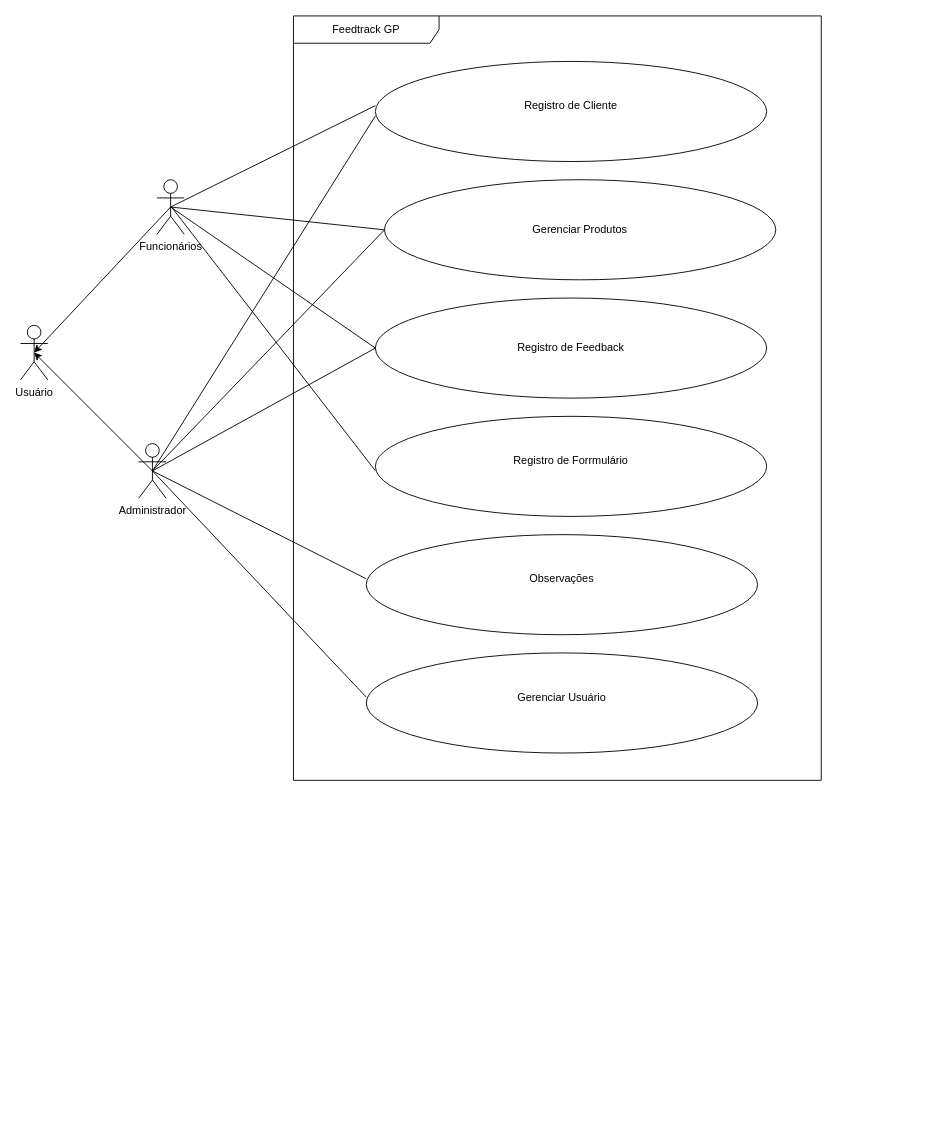
The draw.io diagram page "Visão-Geral-Domínio" (1 of 7) of requirements/feedtrack-caso-uso.drawio in equipe-feedtrack/feedtrack-server, before the edit. Source tidied: cells renumbered, new cells numbered last; positions are measured from the earlier drawing's top-left corner, leaving out a move shared by most shapes. Both pictures are drawn from the tidied source at 91%, with x=0, y=0 at pixel (20, 15).
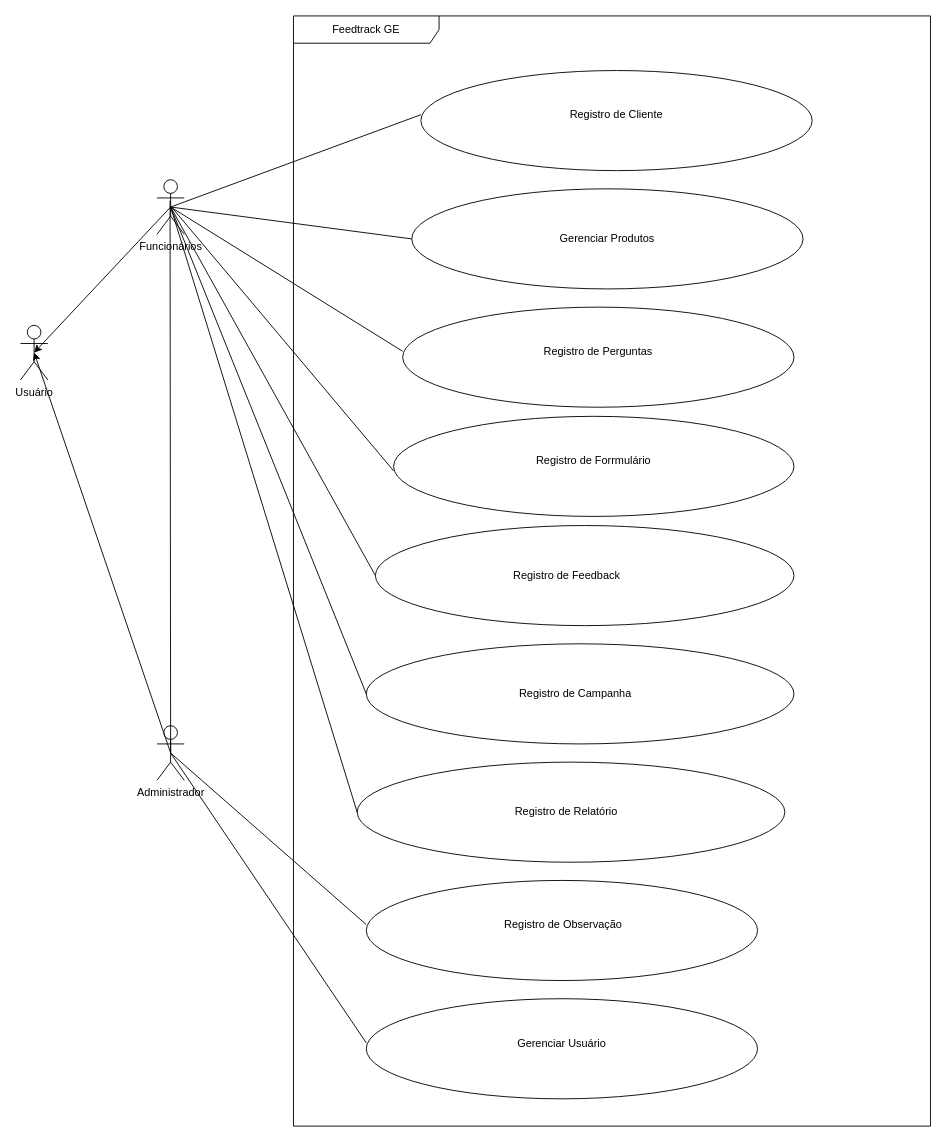
Above is the later version.

Unchanged cells that the change refers to:
```xml
<mxCell id="4" value="Gerenciar Produtos" style="html=1;strokeColor=none;fillColor=none;align=center;verticalAlign=middle;whiteSpace=wrap;" parent="3" vertex="1">
  <mxGeometry y="32.4" width="430" height="45.3" as="geometry" />
</mxCell>
<mxCell id="6" value="Registro de Cliente" style="html=1;strokeColor=none;fillColor=none;align=center;verticalAlign=middle;whiteSpace=wrap;" parent="5" vertex="1">
  <mxGeometry y="25.9" width="430" height="45.3" as="geometry" />
</mxCell>
<mxCell id="16" value="&lt;div&gt;Funcionários&lt;/div&gt;" style="shape=umlActor;verticalLabelPosition=bottom;verticalAlign=top;html=1;" parent="1" vertex="1">
  <mxGeometry x="150" y="180" width="30" height="60" as="geometry" />
</mxCell>
```

The edit, as a diff of the source:
```diff
@@
-    <mxCell id="2" value="Feedtrack GP" style="shape=umlFrame;whiteSpace=wrap;html=1;width=160;" parent="1" vertex="1">
-      <mxGeometry x="300" width="580" height="840" as="geometry" />
+    <mxCell id="2" value="Feedtrack GE" style="shape=umlFrame;whiteSpace=wrap;html=1;width=160;" parent="1" vertex="1">
+      <mxGeometry x="300" width="700" height="1220" as="geometry" />
     </mxCell>
     <mxCell id="3" style="shape=ellipse;horizontal=1;html=1;dashed=0;" parent="2" vertex="1">
-      <mxGeometry x="100" y="180" width="430" height="110" as="geometry" />
+      <mxGeometry x="130" y="190" width="430" height="110" as="geometry" />
     </mxCell>
@@
     <mxCell id="5" style="shape=ellipse;horizontal=1;html=1;dashed=0;" parent="2" vertex="1">
-      <mxGeometry x="90" y="50" width="430" height="110" as="geometry" />
+      <mxGeometry x="140" y="60" width="430" height="110" as="geometry" />
     </mxCell>
@@
     <mxCell id="7" style="shape=ellipse;horizontal=1;html=1;dashed=0;" parent="2" vertex="1">
-      <mxGeometry x="90" y="310" width="430" height="110" as="geometry" />
+      <mxGeometry x="90" y="560" width="460" height="110" as="geometry" />
     </mxCell>
     <mxCell id="8" value="Registro de Feedback" style="html=1;strokeColor=none;fillColor=none;align=center;verticalAlign=middle;whiteSpace=wrap;" parent="7" vertex="1">
-      <mxGeometry x="10" y="32.4" width="410" height="45.3" as="geometry" />
+      <mxGeometry x="9.8" y="32.4" width="401.3" height="45.3" as="geometry" />
     </mxCell>
-    <mxCell id="9" style="shape=ellipse;horizontal=1;html=1;dashed=0;" parent="2" vertex="1">
-      <mxGeometry x="90" y="440" width="430" height="110" as="geometry" />
-    </mxCell>
-    <mxCell id="10" value="Registro de Forrmulário" style="html=1;strokeColor=none;fillColor=none;align=center;verticalAlign=middle;whiteSpace=wrap;" parent="9" vertex="1">
-      <mxGeometry y="25.9" width="430" height="45.3" as="geometry" />
-    </mxCell>
     <mxCell id="11" style="shape=ellipse;horizontal=1;html=1;dashed=0;" parent="2" vertex="1">
-      <mxGeometry x="80" y="570" width="430" height="110" as="geometry" />
+      <mxGeometry x="80" y="950" width="430" height="110" as="geometry" />
     </mxCell>
-    <mxCell id="12" value="Observações" style="html=1;strokeColor=none;fillColor=none;align=center;verticalAlign=middle;whiteSpace=wrap;" parent="11" vertex="1">
+    <mxCell id="12" value="&amp;nbsp;Registro de Observação" style="html=1;strokeColor=none;fillColor=none;align=center;verticalAlign=middle;whiteSpace=wrap;" parent="11" vertex="1">
       <mxGeometry y="25.9" width="430" height="45.3" as="geometry" />
     </mxCell>
     <mxCell id="13" style="shape=ellipse;horizontal=1;html=1;dashed=0;" parent="2" vertex="1">
-      <mxGeometry x="80" y="700" width="430" height="110" as="geometry" />
+      <mxGeometry x="80" y="1080" width="430" height="110" as="geometry" />
     </mxCell>
@@
+    <mxCell id="9" style="shape=ellipse;horizontal=1;html=1;dashed=0;" parent="2" vertex="1">
+      <mxGeometry x="110" y="440" width="440" height="110" as="geometry" />
+    </mxCell>
+    <mxCell id="10" value="Registro de Forrmulário" style="html=1;strokeColor=none;fillColor=none;align=center;verticalAlign=middle;whiteSpace=wrap;" parent="9" vertex="1">
+      <mxGeometry y="25.9" width="440" height="45.3" as="geometry" />
+    </mxCell>
+    <mxCell id="29" style="shape=ellipse;horizontal=1;html=1;dashed=0;" parent="2" vertex="1">
+      <mxGeometry x="80" y="690" width="470" height="110" as="geometry" />
+    </mxCell>
+    <mxCell id="30" value="Registro de Campanha" style="html=1;strokeColor=none;fillColor=none;align=center;verticalAlign=middle;whiteSpace=wrap;" parent="29" vertex="1">
+      <mxGeometry y="31.2" width="460" height="47.6" as="geometry" />
+    </mxCell>
+    <mxCell id="31" style="shape=ellipse;horizontal=1;html=1;dashed=0;" parent="2" vertex="1">
+      <mxGeometry x="70" y="820" width="470" height="110" as="geometry" />
+    </mxCell>
+    <mxCell id="32" value="Registro de Relatório" style="html=1;strokeColor=none;fillColor=none;align=center;verticalAlign=middle;whiteSpace=wrap;" parent="31" vertex="1">
+      <mxGeometry y="31.2" width="460" height="47.6" as="geometry" />
+    </mxCell>
+    <mxCell id="33" style="shape=ellipse;horizontal=1;html=1;dashed=0;" parent="2" vertex="1">
+      <mxGeometry x="120" y="320" width="430" height="110" as="geometry" />
+    </mxCell>
+    <mxCell id="34" value="Registro de Perguntas" style="html=1;strokeColor=none;fillColor=none;align=center;verticalAlign=middle;whiteSpace=wrap;" parent="33" vertex="1">
+      <mxGeometry y="25.9" width="430" height="45.3" as="geometry" />
+    </mxCell>
     <mxCell id="15" value="Administrador&lt;div&gt;&lt;br&gt;&lt;/div&gt;" style="shape=umlActor;verticalLabelPosition=bottom;verticalAlign=top;html=1;" parent="1" vertex="1">
-      <mxGeometry x="130" y="470" width="30" height="60" as="geometry" />
+      <mxGeometry x="150" y="780" width="30" height="60" as="geometry" />
     </mxCell>
@@
-    <mxCell id="23" style="edgeStyle=none;html=1;entryX=0.5;entryY=0.5;entryDx=0;entryDy=0;entryPerimeter=0;exitX=0;exitY=0.75;exitDx=0;exitDy=0;endArrow=none;endFill=0;" parent="1" edge="1" source="6" target="15">
-      <mxGeometry relative="1" as="geometry" />
-    </mxCell>
@@
-    <mxCell id="25" style="edgeStyle=none;html=1;entryX=0.5;entryY=0.5;entryDx=0;entryDy=0;entryPerimeter=0;exitX=0;exitY=0.5;exitDx=0;exitDy=0;endArrow=none;endFill=0;" parent="1" edge="1" source="7" target="15">
-      <mxGeometry relative="1" as="geometry" />
-    </mxCell>
-    <mxCell id="26" style="edgeStyle=none;html=1;entryX=0.5;entryY=0.5;entryDx=0;entryDy=0;entryPerimeter=0;exitX=0;exitY=0.5;exitDx=0;exitDy=0;endArrow=none;endFill=0;" parent="1" edge="1" source="4" target="15">
-      <mxGeometry relative="1" as="geometry" />
-    </mxCell>
@@
+    <mxCell id="35" style="edgeStyle=none;html=1;entryX=0.5;entryY=0.5;entryDx=0;entryDy=0;entryPerimeter=0;endArrow=none;endFill=0;exitX=0;exitY=0.5;exitDx=0;exitDy=0;" parent="1" edge="1" source="30" target="16">
+      <mxGeometry relative="1" as="geometry" />
+    </mxCell>
+    <mxCell id="36" style="edgeStyle=none;html=1;entryX=0.5;entryY=0.5;entryDx=0;entryDy=0;entryPerimeter=0;endArrow=none;endFill=0;exitX=0;exitY=0.5;exitDx=0;exitDy=0;" parent="1" edge="1" source="32" target="16">
+      <mxGeometry relative="1" as="geometry" />
+    </mxCell>
-    <mxCell id="28" style="edgeStyle=none;html=1;entryX=0.5;entryY=0.5;entryDx=0;entryDy=0;entryPerimeter=0;exitX=0;exitY=0.5;exitDx=0;exitDy=0;endArrow=none;endFill=0;" parent="1" edge="1" source="12" target="15">
+    <mxCell id="28" style="edgeStyle=none;html=1;exitX=0;exitY=0.5;exitDx=0;exitDy=0;entryX=0.5;entryY=0.5;entryDx=0;entryDy=0;entryPerimeter=0;endArrow=none;endFill=0;" parent="1" edge="1" source="12" target="15">
       <mxGeometry relative="1" as="geometry" />
     </mxCell>
+    <mxCell id="37" style="edgeStyle=none;html=1;exitX=0.479;exitY=0.383;exitDx=0;exitDy=0;entryX=0.5;entryY=0.5;entryDx=0;entryDy=0;entryPerimeter=0;endArrow=none;endFill=0;exitPerimeter=0;" parent="1" edge="1" source="16" target="15">
+      <mxGeometry relative="1" as="geometry" />
+    </mxCell>
+    <mxCell id="38" style="edgeStyle=none;html=1;entryX=0.5;entryY=0.5;entryDx=0;entryDy=0;entryPerimeter=0;endArrow=none;endFill=0;exitX=0;exitY=0.5;exitDx=0;exitDy=0;" parent="1" edge="1" source="34" target="16">
+      <mxGeometry relative="1" as="geometry" />
+    </mxCell>
```
